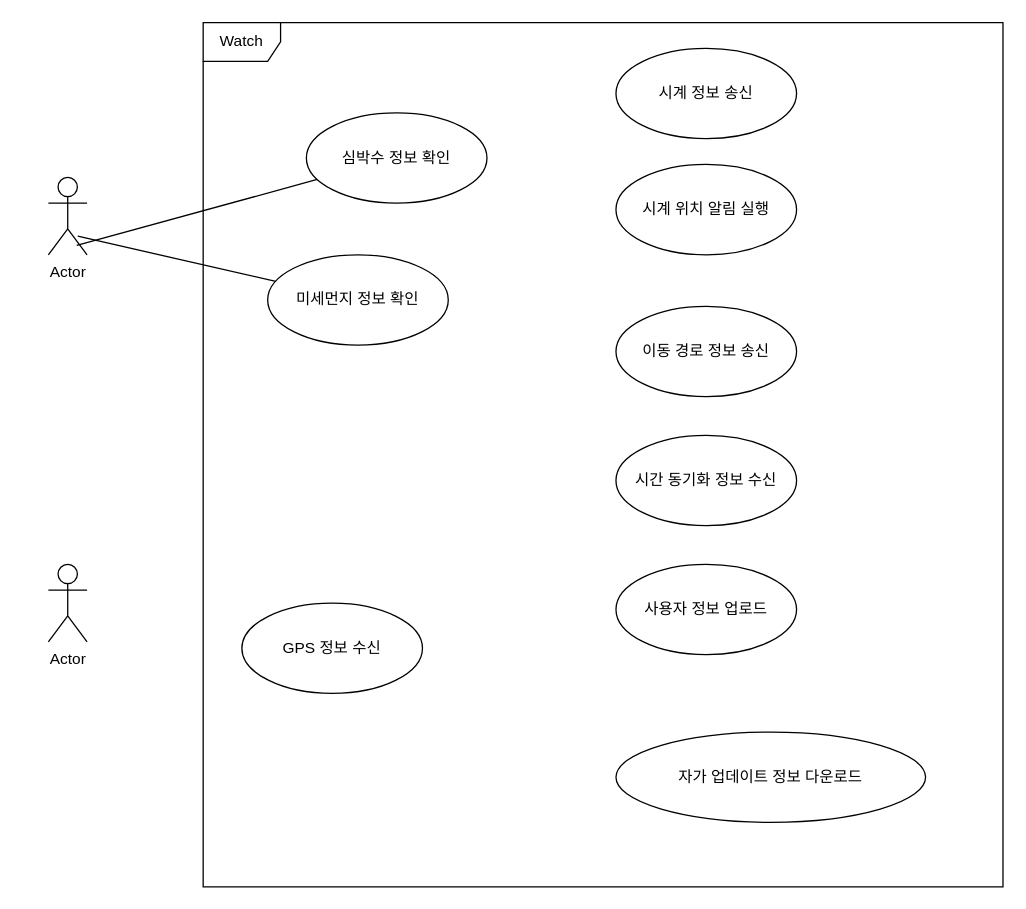
Before: Use_Case_Diagram_HOMEWORK_1.drawio in jamtings/AA, a draw.io diagram. Source tidied: cells renumbered, new cells numbered last; positions are measured from the earlier drawing's top-left corner, leaving out a move shared by most shapes. Both pictures are drawn from the tidied source at 129%, with x=0, y=0 at pixel (48, 22).
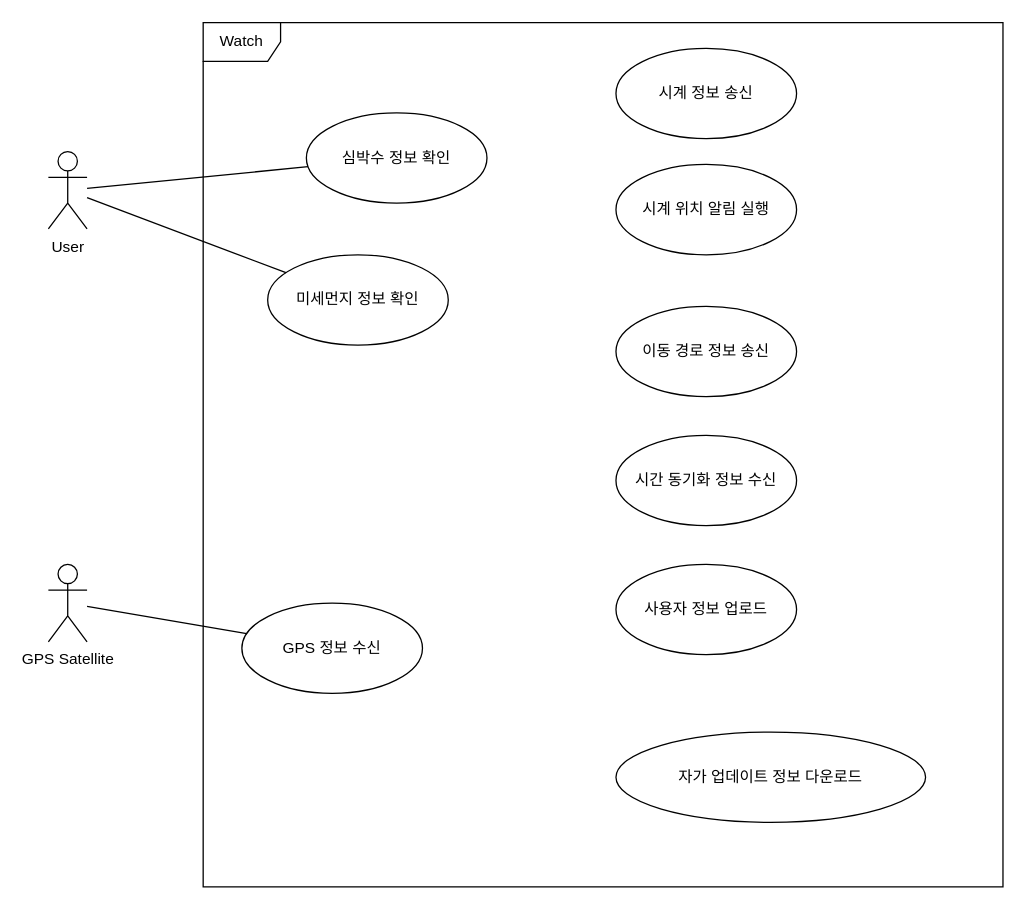
The same page after the edit.

Diff of the diagram source:
```diff
@@
 <mxGraphModel>
   <root>
     <mxCell id="0" />
     <mxCell id="1" parent="0" />
     <mxCell id="2" value="Watch" style="shape=umlFrame;whiteSpace=wrap;html=1;" parent="1" vertex="1">
       <mxGeometry x="120" width="620" height="670" as="geometry" />
     </mxCell>
     <mxCell id="3" value="심박수 정보 확인" style="ellipse;whiteSpace=wrap;html=1;" parent="1" vertex="1">
       <mxGeometry x="200" y="70" width="140" height="70" as="geometry" />
     </mxCell>
     <mxCell id="4" value="미세먼지 정보 확인" style="ellipse;whiteSpace=wrap;html=1;" parent="1" vertex="1">
       <mxGeometry x="170" y="180" width="140" height="70" as="geometry" />
     </mxCell>
-    <mxCell id="5" value="Actor" style="shape=umlActor;verticalLabelPosition=bottom;verticalAlign=top;html=1;" parent="1" vertex="1">
-      <mxGeometry y="120" width="30" height="60" as="geometry" />
+    <mxCell id="5" value="User" style="shape=umlActor;verticalLabelPosition=bottom;verticalAlign=top;html=1;" parent="1" vertex="1">
+      <mxGeometry y="100" width="30" height="60" as="geometry" />
     </mxCell>
     <mxCell id="6" value="시계 정보 송신" style="ellipse;whiteSpace=wrap;html=1;" parent="1" vertex="1">
       <mxGeometry x="440" y="20" width="140" height="70" as="geometry" />
     </mxCell>
     <mxCell id="7" value="시계 위치 알림 실행" style="ellipse;whiteSpace=wrap;html=1;" parent="1" vertex="1">
       <mxGeometry x="440" y="110" width="140" height="70" as="geometry" />
     </mxCell>
     <mxCell id="8" value="이동 경로 정보 송신" style="ellipse;whiteSpace=wrap;html=1;" parent="1" vertex="1">
       <mxGeometry x="440" y="220" width="140" height="70" as="geometry" />
     </mxCell>
     <mxCell id="9" value="시간 동기화 정보 수신" style="ellipse;whiteSpace=wrap;html=1;" parent="1" vertex="1">
       <mxGeometry x="440" y="320" width="140" height="70" as="geometry" />
     </mxCell>
     <mxCell id="10" value="사용자 정보 업로드" style="ellipse;whiteSpace=wrap;html=1;" parent="1" vertex="1">
       <mxGeometry x="440" y="420" width="140" height="70" as="geometry" />
     </mxCell>
     <mxCell id="11" value="자가 업데이트 정보 다운로드" style="ellipse;whiteSpace=wrap;html=1;" parent="1" vertex="1">
       <mxGeometry x="440" y="550" width="240" height="70" as="geometry" />
     </mxCell>
     <mxCell id="12" value="GPS 정보 수신" style="ellipse;whiteSpace=wrap;html=1;" parent="1" vertex="1">
       <mxGeometry x="150" y="450" width="140" height="70" as="geometry" />
     </mxCell>
-    <mxCell id="13" value="Actor" style="shape=umlActor;verticalLabelPosition=bottom;verticalAlign=top;html=1;" parent="1" vertex="1">
+    <mxCell id="13" value="GPS Satellite" style="shape=umlActor;verticalLabelPosition=bottom;verticalAlign=top;html=1;" parent="1" vertex="1">
       <mxGeometry y="420" width="30" height="60" as="geometry" />
     </mxCell>
-    <mxCell id="14" style="endArrow=none;html=1;rounded=0;exitX=0.76;exitY=0.76;exitDx=0;exitDy=0;exitPerimeter=0;" parent="1" edge="1" source="5" target="4">
+    <mxCell id="14" style="endArrow=none;html=1;rounded=0;" parent="1" edge="1" source="5" target="4">
       <mxGeometry relative="1" as="geometry" />
     </mxCell>
-    <mxCell id="15" style="endArrow=none;html=1;rounded=0;exitX=0.733;exitY=0.88;exitDx=0;exitDy=0;exitPerimeter=0;" parent="1" edge="1" source="5" target="3">
+    <mxCell id="15" style="endArrow=none;html=1;rounded=0;" parent="1" edge="1" source="5" target="3">
       <mxGeometry relative="1" as="geometry" />
     </mxCell>
+    <mxCell id="16" style="endArrow=none;html=1;rounded=0;" parent="1" edge="1" source="13" target="12">
+      <mxGeometry relative="1" as="geometry" />
+    </mxCell>
   </root>
 </mxGraphModel>
```
